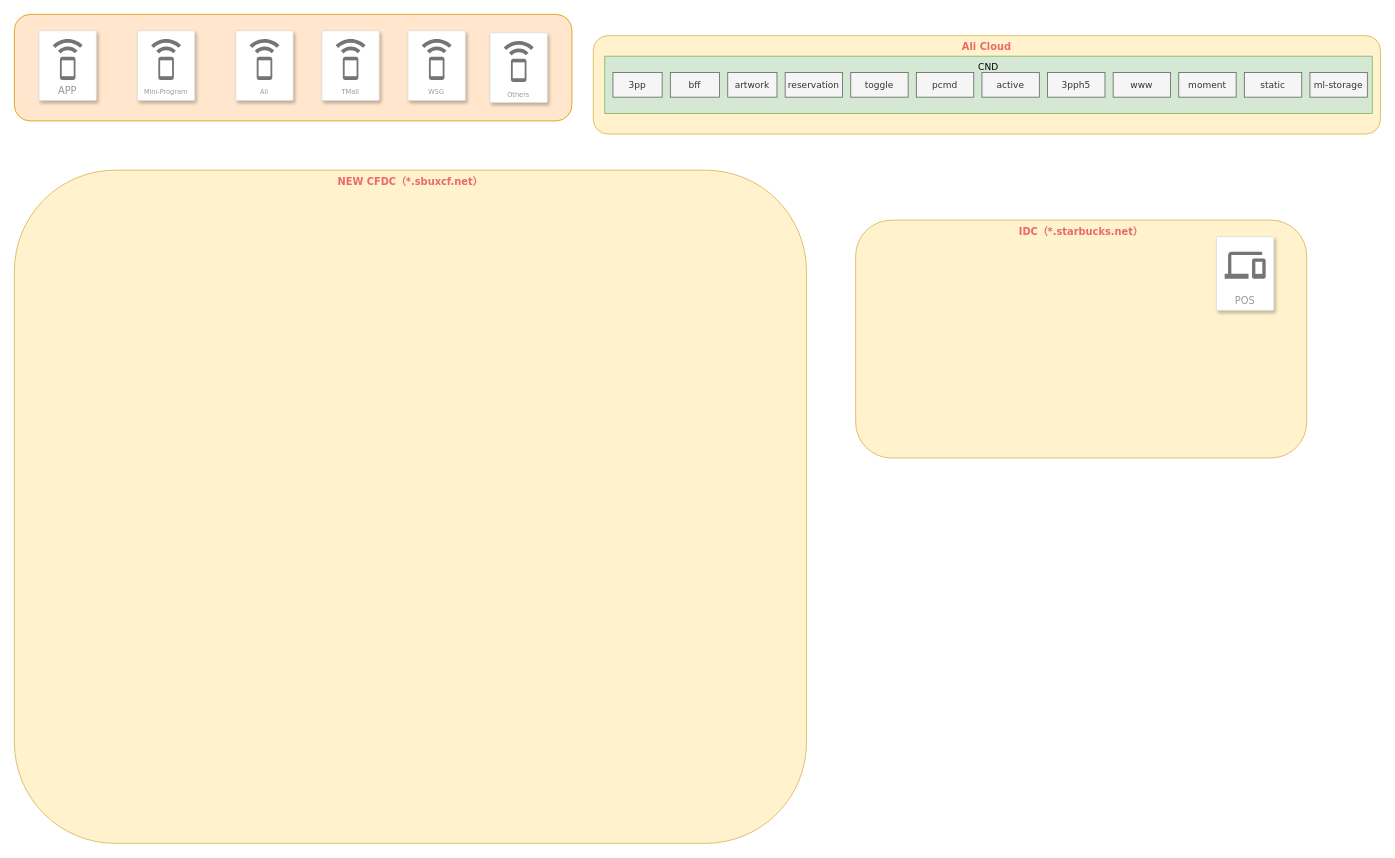
The draw.io diagram Untitled Diagram.drawio in Songhuitang/songhuitang.github.io, before the edit. Source tidied: cells renumbered, new cells numbered last; positions are measured from the earlier drawing's top-left corner, leaving out a move shared by most shapes. Both pictures are drawn from the tidied source at 82%, with x=0, y=0 at pixel (14, 14).
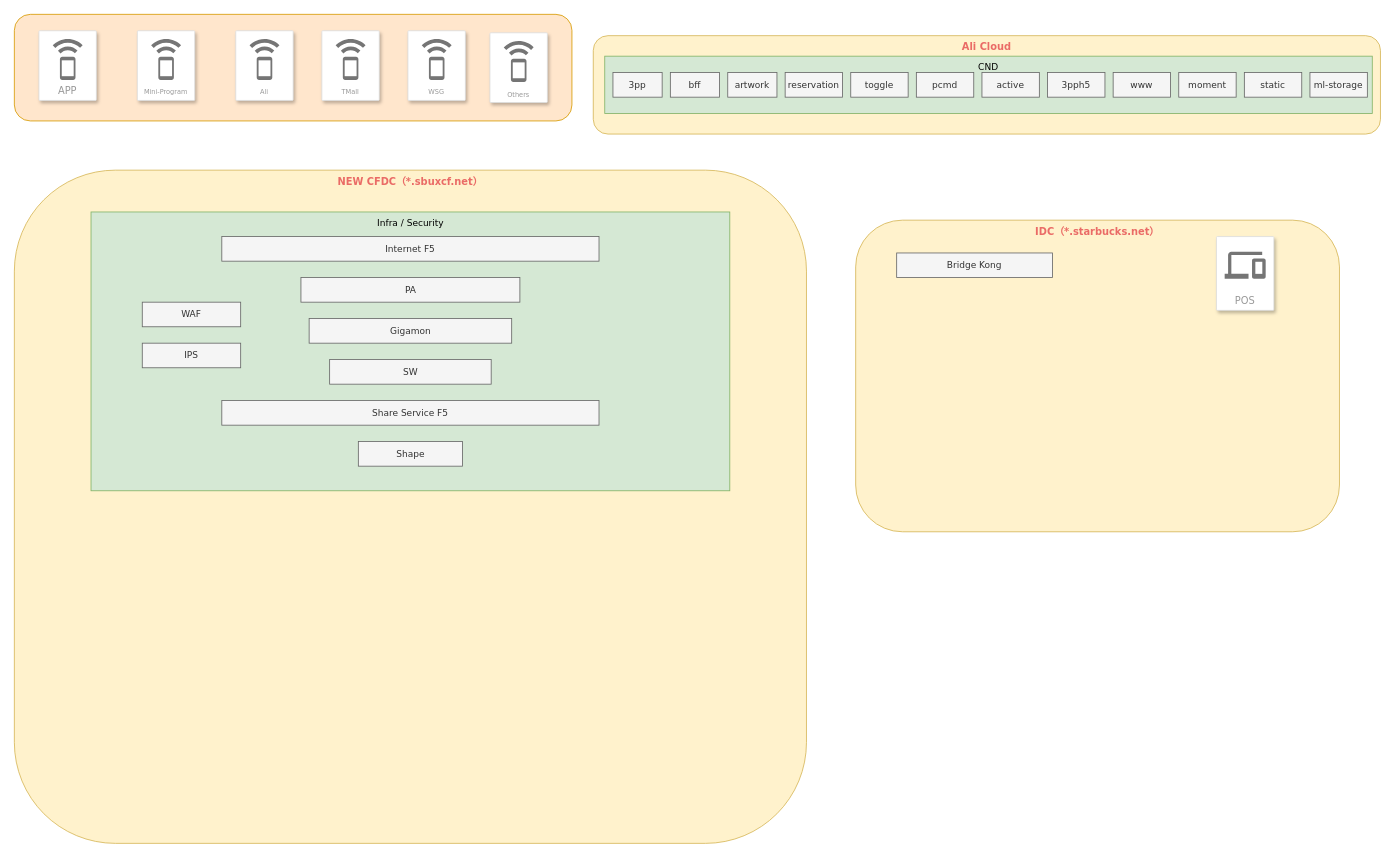
After the change.

Change to the diagram source:
```diff
@@
     <mxCell id="2" value="IDC（*.starbucks.net）" style="rounded=1;whiteSpace=wrap;html=1;fillColor=#fff2cc;strokeColor=#d6b656;fontFamily=Verdana;align=center;verticalAlign=top;fontStyle=1;fontColor=#EA6B66;labelBackgroundColor=none;labelBorderColor=none;" parent="1" vertex="1">
-      <mxGeometry x="1026" y="251" width="550" height="290" as="geometry" />
+      <mxGeometry x="1026" y="251" width="590" height="380" as="geometry" />
     </mxCell>
@@
+    <mxCell id="33" value="&lt;font style=&quot;font-size: 11px;&quot;&gt;Infra / Security&lt;/font&gt;" style="rounded=0;whiteSpace=wrap;html=1;labelBackgroundColor=none;labelBorderColor=none;fontFamily=Verdana;fontSize=6;verticalAlign=top;fillColor=#d5e8d4;strokeColor=#82b366;" parent="1" vertex="1">
+      <mxGeometry x="93.5" y="241" width="779" height="340" as="geometry" />
+    </mxCell>
+    <mxCell id="34" value="Bridge Kong" style="rounded=0;whiteSpace=wrap;html=1;labelBackgroundColor=none;labelBorderColor=none;fontFamily=Verdana;fontSize=11;fontColor=#333333;fillColor=#f5f5f5;strokeColor=#666666;" parent="1" vertex="1">
+      <mxGeometry x="1076" y="291" width="190" height="30" as="geometry" />
+    </mxCell>
+    <mxCell id="35" value="Internet F5" style="rounded=0;whiteSpace=wrap;html=1;labelBackgroundColor=none;labelBorderColor=none;fontFamily=Verdana;fontSize=11;fontColor=#333333;fillColor=#f5f5f5;strokeColor=#666666;" parent="1" vertex="1">
+      <mxGeometry x="253" y="271" width="460" height="30" as="geometry" />
+    </mxCell>
+    <mxCell id="36" value="PA" style="rounded=0;whiteSpace=wrap;html=1;labelBackgroundColor=none;labelBorderColor=none;fontFamily=Verdana;fontSize=11;fontColor=#333333;fillColor=#f5f5f5;strokeColor=#666666;" parent="1" vertex="1">
+      <mxGeometry x="349.5" y="321" width="267" height="30" as="geometry" />
+    </mxCell>
+    <mxCell id="37" value="Gigamon" style="rounded=0;whiteSpace=wrap;html=1;labelBackgroundColor=none;labelBorderColor=none;fontFamily=Verdana;fontSize=11;fontColor=#333333;fillColor=#f5f5f5;strokeColor=#666666;" parent="1" vertex="1">
+      <mxGeometry x="359.5" y="371" width="247" height="30" as="geometry" />
+    </mxCell>
+    <mxCell id="38" value="SW" style="rounded=0;whiteSpace=wrap;html=1;labelBackgroundColor=none;labelBorderColor=none;fontFamily=Verdana;fontSize=11;fontColor=#333333;fillColor=#f5f5f5;strokeColor=#666666;" parent="1" vertex="1">
+      <mxGeometry x="384.5" y="421" width="197" height="30" as="geometry" />
+    </mxCell>
+    <mxCell id="39" value="Share Service F5" style="rounded=0;whiteSpace=wrap;html=1;labelBackgroundColor=none;labelBorderColor=none;fontFamily=Verdana;fontSize=11;fontColor=#333333;fillColor=#f5f5f5;strokeColor=#666666;" parent="1" vertex="1">
+      <mxGeometry x="253" y="471" width="460" height="30" as="geometry" />
+    </mxCell>
+    <mxCell id="40" value="Shape" style="rounded=0;whiteSpace=wrap;html=1;labelBackgroundColor=none;labelBorderColor=none;fontFamily=Verdana;fontSize=11;fontColor=#333333;fillColor=#f5f5f5;strokeColor=#666666;" parent="1" vertex="1">
+      <mxGeometry x="419.5" y="521" width="127" height="30" as="geometry" />
+    </mxCell>
+    <mxCell id="41" value="WAF" style="rounded=0;whiteSpace=wrap;html=1;labelBackgroundColor=none;labelBorderColor=none;fontFamily=Verdana;fontSize=11;fontColor=#333333;fillColor=#f5f5f5;strokeColor=#666666;" parent="1" vertex="1">
+      <mxGeometry x="156" y="351" width="120" height="30" as="geometry" />
+    </mxCell>
+    <mxCell id="42" value="IPS" style="rounded=0;whiteSpace=wrap;html=1;labelBackgroundColor=none;labelBorderColor=none;fontFamily=Verdana;fontSize=11;fontColor=#333333;fillColor=#f5f5f5;strokeColor=#666666;" parent="1" vertex="1">
+      <mxGeometry x="156" y="401" width="120" height="30" as="geometry" />
+    </mxCell>
```
